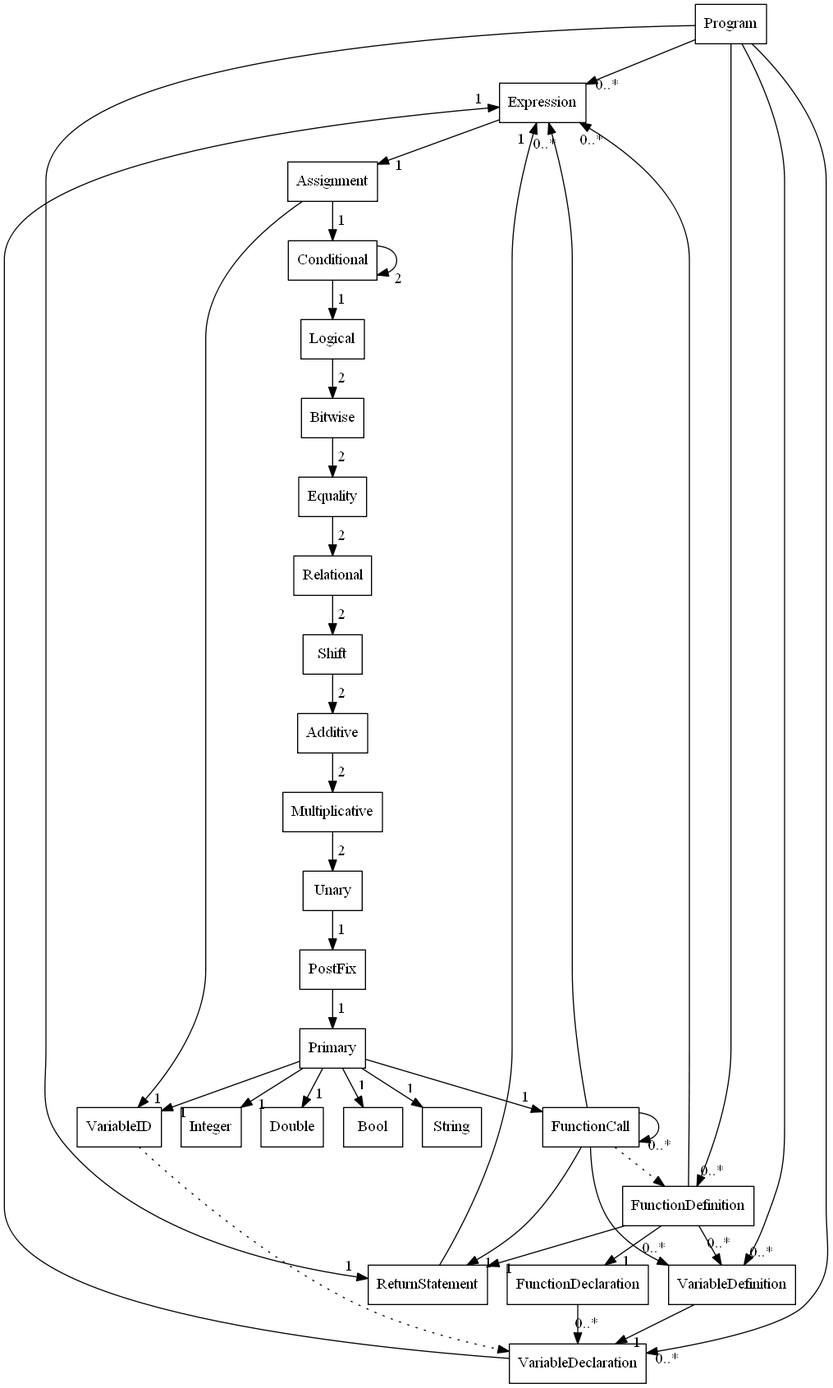
Before: DotUML/InterpreterFlow.png, a diagram exported from Graphviz (NeverKnewTheName/R_SimpleInterpreter). Its source is kept beside it as DotUML/InterpreterFlow.dot. Source of this version:
```dot
digraph RSimpelInterpreter {
    fontname = "Bitstream Vera Sans"
    fontsize = 8
    rankdir=TB
    overlap=false
    splines=true

    Node [
        shape=box
    ]

    Program [
        label="Program"
        ]

    Expression [
        label="Expression"
        ]

    FunctionCall [
        label="FunctionCall"
        ]

    ReturnStatement [
        label="ReturnStatement"
        ]

    FunctionDefinition [
        label="FunctionDefinition"
        ]
    FunctionDeclaration [
        label="FunctionDeclaration"
        ]

    VariableDefinition [
        label="VariableDefinition"
        ]
    VariableDeclaration [
        label="VariableDeclaration"
        ]

    {rank=min Program}

    Program -> { VariableDeclaration VariableDefinition FunctionDefinition Expression }[headlabel="0..*", labeldistance=2]
    Program -> ReturnStatement[headlabel=1, labeldistance=2]

    VariableDefinition -> VariableDeclaration[headlabel=1, labeldistance=2]
    VariableDeclaration -> Expression[headlabel=1, labeldistance=2]

    FunctionDefinition -> FunctionDeclaration[headlabel=1, labeldistance=2]
    FunctionDefinition -> { VariableDefinition Expression }[headlabel="0..*", labeldistance=2]
    FunctionDefinition -> ReturnStatement[headlabel=1, labeldistance=2]
    FunctionDeclaration -> VariableDeclaration[headlabel="0..*", labeldistance=2]

    ReturnStatement -> Expression[headlabel=1, labeldistance=2]

    FunctionCall -> { VariableDefinition Expression FunctionCall }[headlabel="0..*", labeldistance=2]
    FunctionCall -> ReturnStatement[headlabel=1, labeldistance=2]

    Expression -> Assignment[headlabel=1, labeldistance=2]
    Assignment -> { VariableID Conditional }[headlabel=1, labeldistance=2]
    Conditional -> Logical[headlabel=1, labeldistance=2]
    Conditional -> Conditional[headlabel=2, labeldistance=2]
    Logical -> Bitwise[headlabel=2, labeldistance=2]
    Bitwise -> Equality[headlabel=2, labeldistance=2]
    Equality -> Relational[headlabel=2, labeldistance=2]
    Relational -> Shift[headlabel=2, labeldistance=2]
    Shift -> Additive[headlabel=2, labeldistance=2]
    Additive -> Multiplicative[headlabel=2, labeldistance=2]
    Multiplicative -> Unary[headlabel=2, labeldistance=2]
    Unary -> PostFix[headlabel=1, labeldistance=2]
    PostFix -> Primary[headlabel=1, labeldistance=2]
    Primary -> { Integer Double Bool String VariableID FunctionCall }[headlabel=1, labeldistance=2]
    VariableID -> VariableDeclaration[style=dotted]
    FunctionCall -> FunctionDefinition[style=dotted]

}
```
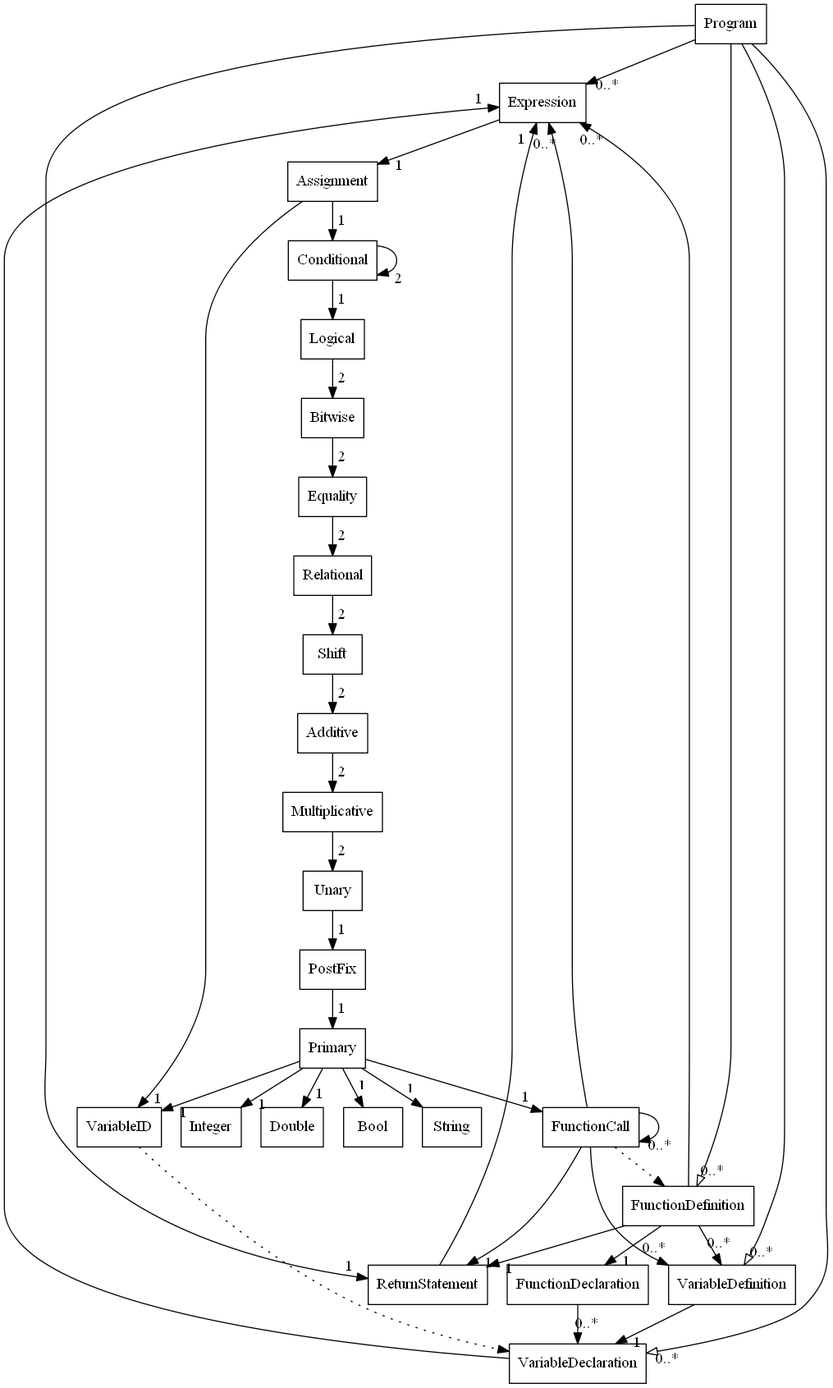
The same diagram one commit later.

Diff of the diagram source:
```diff
@@ -41,7 +41,8 @@
 
     {rank=min Program}
 
-    Program -> { VariableDeclaration VariableDefinition FunctionDefinition Expression }[headlabel="0..*", labeldistance=2]
+    Program -> { VariableDeclaration VariableDefinition FunctionDefinition  }[arrowhead="empty" headlabel="0..*", labeldistance=2]
+    Program -> Expression[headlabel="0..*", labeldistance=2]
     Program -> ReturnStatement[headlabel=1, labeldistance=2]
 
     VariableDefinition -> VariableDeclaration[headlabel=1, labeldistance=2]
```
